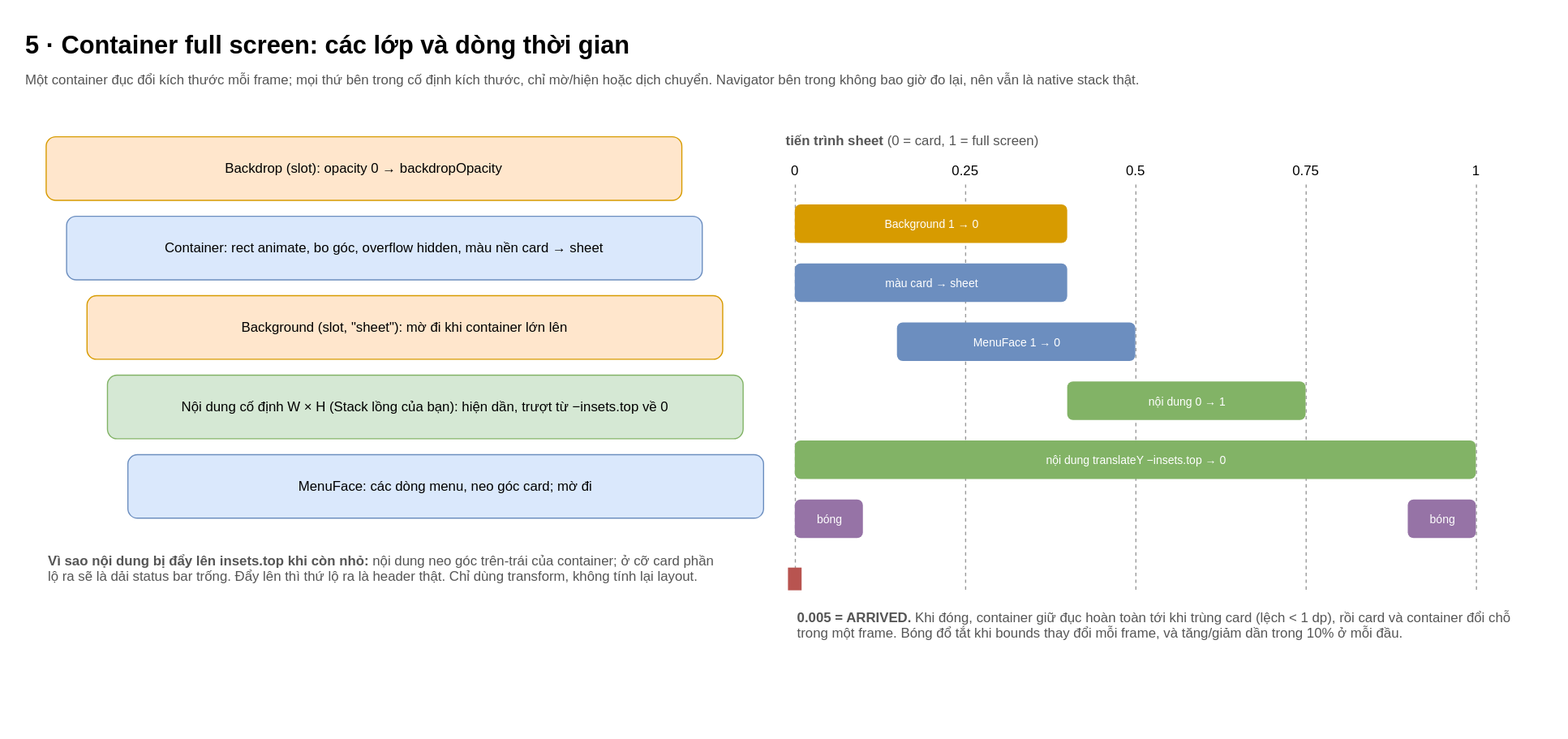
Before: docs/diagrams/svg/vi/5-shell.svg, a diagram exported from draw.io (anhtuank7c/expo-morph-menu). Source tidied: cells renumbered, new cells last; positions are measured from the earlier drawing's top-left corner, leaving out a move shared by most shapes. The source it was exported from:
```xml
<mxGraphModel background="#ffffff">
  <root>
    <mxCell id="0" />
    <mxCell id="1" parent="0" />
    <mxCell id="2" value="5 · Container full screen: các lớp và dòng thời gian" style="text;html=1;fontSize=22;fontStyle=1;align=left;verticalAlign=top;" parent="1" vertex="1">
      <mxGeometry width="1000" height="34" as="geometry" />
    </mxCell>
    <mxCell id="3" value="Một container đục đổi kích thước mỗi frame; mọi thứ bên trong cố định kích thước, chỉ mờ/hiện hoặc dịch chuyển. Navigator bên trong không bao giờ đo lại, nên vẫn là native stack thật." style="text;html=1;fontSize=12;fontColor=#555555;align=left;verticalAlign=top;whiteSpace=wrap;" parent="1" vertex="1">
      <mxGeometry y="36" width="1300" height="40" as="geometry" />
    </mxCell>
    <mxCell id="4" value="Backdrop (slot): opacity 0 → backdropOpacity" style="rounded=1;whiteSpace=wrap;html=1;fillColor=#ffe6cc;strokeColor=#d79b00;" parent="1" vertex="1">
      <mxGeometry x="20" y="100" width="560" height="56" as="geometry" />
    </mxCell>
    <mxCell id="5" value="Container: rect animate, bo góc, overflow hidden, màu nền card → sheet" style="rounded=1;whiteSpace=wrap;html=1;fillColor=#dae8fc;strokeColor=#6c8ebf;" parent="1" vertex="1">
      <mxGeometry x="38" y="170" width="560" height="56" as="geometry" />
    </mxCell>
    <mxCell id="6" value="Background (slot, &quot;sheet&quot;): mờ đi khi container lớn lên" style="rounded=1;whiteSpace=wrap;html=1;fillColor=#ffe6cc;strokeColor=#d79b00;" parent="1" vertex="1">
      <mxGeometry x="56" y="240" width="560" height="56" as="geometry" />
    </mxCell>
    <mxCell id="7" value="Nội dung cố định W × H (Stack lồng của bạn): hiện dần, trượt từ −insets.top về 0" style="rounded=1;whiteSpace=wrap;html=1;fillColor=#d5e8d4;strokeColor=#82b366;" parent="1" vertex="1">
      <mxGeometry x="74" y="310" width="560" height="56" as="geometry" />
    </mxCell>
    <mxCell id="8" value="MenuFace: các dòng menu, neo góc card; mờ đi" style="rounded=1;whiteSpace=wrap;html=1;fillColor=#dae8fc;strokeColor=#6c8ebf;" parent="1" vertex="1">
      <mxGeometry x="92" y="380" width="560" height="56" as="geometry" />
    </mxCell>
    <mxCell id="9" value="&lt;b&gt;Vì sao nội dung bị đẩy lên insets.top khi còn nhỏ:&lt;/b&gt; nội dung neo góc trên-trái của container; ở cỡ card phần lộ ra sẽ là dải status bar trống. Đẩy lên thì thứ lộ ra là header thật. Chỉ dùng transform, không tính lại layout." style="text;html=1;fontSize=12;fontColor=#555555;align=left;verticalAlign=top;whiteSpace=wrap;" parent="1" vertex="1">
      <mxGeometry x="20" y="460" width="600" height="120" as="geometry" />
    </mxCell>
    <mxCell id="10" value="&lt;b&gt;tiến trình sheet&lt;/b&gt; (0 = card, 1 = full screen)" style="text;html=1;fontSize=12;fontColor=#555555;align=left;verticalAlign=top;whiteSpace=wrap;" parent="1" vertex="1">
      <mxGeometry x="670" y="90" width="640" height="24" as="geometry" />
    </mxCell>
    <mxCell id="11" value="0" style="text;html=1;fontSize=12;align=center;verticalAlign=middle;whiteSpace=wrap;" parent="1" vertex="1">
      <mxGeometry x="660" y="120" width="40" height="20" as="geometry" />
    </mxCell>
    <mxCell id="12" style="endArrow=none;dashed=1;html=1;strokeColor=#999999;" parent="1" edge="1">
      <mxGeometry relative="1" as="geometry">
        <mxPoint x="680" y="142" as="sourcePoint" />
        <mxPoint x="680" y="500" as="targetPoint" />
      </mxGeometry>
    </mxCell>
    <mxCell id="13" value="0.25" style="text;html=1;fontSize=12;align=center;verticalAlign=middle;whiteSpace=wrap;" parent="1" vertex="1">
      <mxGeometry x="810" y="120" width="40" height="20" as="geometry" />
    </mxCell>
    <mxCell id="14" style="endArrow=none;dashed=1;html=1;strokeColor=#999999;" parent="1" edge="1">
      <mxGeometry relative="1" as="geometry">
        <mxPoint x="830" y="142" as="sourcePoint" />
        <mxPoint x="830" y="500" as="targetPoint" />
      </mxGeometry>
    </mxCell>
    <mxCell id="15" value="0.5" style="text;html=1;fontSize=12;align=center;verticalAlign=middle;whiteSpace=wrap;" parent="1" vertex="1">
      <mxGeometry x="960" y="120" width="40" height="20" as="geometry" />
    </mxCell>
    <mxCell id="16" style="endArrow=none;dashed=1;html=1;strokeColor=#999999;" parent="1" edge="1">
      <mxGeometry relative="1" as="geometry">
        <mxPoint x="980" y="142" as="sourcePoint" />
        <mxPoint x="980" y="500" as="targetPoint" />
      </mxGeometry>
    </mxCell>
    <mxCell id="17" value="0.75" style="text;html=1;fontSize=12;align=center;verticalAlign=middle;whiteSpace=wrap;" parent="1" vertex="1">
      <mxGeometry x="1110" y="120" width="40" height="20" as="geometry" />
    </mxCell>
    <mxCell id="18" style="endArrow=none;dashed=1;html=1;strokeColor=#999999;" parent="1" edge="1">
      <mxGeometry relative="1" as="geometry">
        <mxPoint x="1130" y="142" as="sourcePoint" />
        <mxPoint x="1130" y="500" as="targetPoint" />
      </mxGeometry>
    </mxCell>
    <mxCell id="19" value="1" style="text;html=1;fontSize=12;align=center;verticalAlign=middle;whiteSpace=wrap;" parent="1" vertex="1">
      <mxGeometry x="1260" y="120" width="40" height="20" as="geometry" />
    </mxCell>
    <mxCell id="20" style="endArrow=none;dashed=1;html=1;strokeColor=#999999;" parent="1" edge="1">
      <mxGeometry relative="1" as="geometry">
        <mxPoint x="1280" y="142" as="sourcePoint" />
        <mxPoint x="1280" y="500" as="targetPoint" />
      </mxGeometry>
    </mxCell>
    <mxCell id="21" value="Background 1 → 0" style="rounded=1;html=1;strokeColor=none;fontSize=10;fontColor=#ffffff;fillColor=#d79b00;" parent="1" vertex="1">
      <mxGeometry x="680" y="160" width="240" height="34" as="geometry" />
    </mxCell>
    <mxCell id="22" value="màu card → sheet" style="rounded=1;html=1;strokeColor=none;fontSize=10;fontColor=#ffffff;fillColor=#6c8ebf;" parent="1" vertex="1">
      <mxGeometry x="680" y="212" width="240" height="34" as="geometry" />
    </mxCell>
    <mxCell id="23" value="MenuFace 1 → 0" style="rounded=1;html=1;strokeColor=none;fontSize=10;fontColor=#ffffff;fillColor=#6c8ebf;" parent="1" vertex="1">
      <mxGeometry x="770" y="264" width="210" height="34" as="geometry" />
    </mxCell>
    <mxCell id="24" value="nội dung 0 → 1" style="rounded=1;html=1;strokeColor=none;fontSize=10;fontColor=#ffffff;fillColor=#82b366;" parent="1" vertex="1">
      <mxGeometry x="920" y="316" width="210" height="34" as="geometry" />
    </mxCell>
    <mxCell id="25" value="nội dung translateY −insets.top → 0" style="rounded=1;html=1;strokeColor=none;fontSize=10;fontColor=#ffffff;fillColor=#82b366;" parent="1" vertex="1">
      <mxGeometry x="680" y="368" width="600" height="34" as="geometry" />
    </mxCell>
    <mxCell id="26" value="bóng" style="rounded=1;html=1;strokeColor=none;fontSize=10;fontColor=#ffffff;fillColor=#9673a6;" parent="1" vertex="1">
      <mxGeometry x="680" y="420" width="60" height="34" as="geometry" />
    </mxCell>
    <mxCell id="27" value="bóng" style="rounded=1;html=1;strokeColor=none;fontSize=10;fontColor=#ffffff;fillColor=#9673a6;" parent="1" vertex="1">
      <mxGeometry x="1220" y="420" width="60" height="34" as="geometry" />
    </mxCell>
    <mxCell id="28" style="rounded=0;html=1;fillColor=#b85450;strokeColor=none;" parent="1" vertex="1">
      <mxGeometry x="674" y="480" width="12" height="20" as="geometry" />
    </mxCell>
    <mxCell id="29" value="&lt;b&gt;0.005 = ARRIVED.&lt;/b&gt; Khi đóng, container giữ đục hoàn toàn tới khi trùng card (lệch &amp;lt; 1 dp), rồi card và container đổi chỗ trong một frame. Bóng đổ tắt khi bounds thay đổi mỗi frame, và tăng/giảm dần trong 10% ở mỗi đầu." style="text;html=1;fontSize=12;fontColor=#555555;align=left;verticalAlign=top;whiteSpace=wrap;" parent="1" vertex="1">
      <mxGeometry x="680" y="510" width="640" height="80" as="geometry" />
    </mxCell>
  </root>
</mxGraphModel>
```
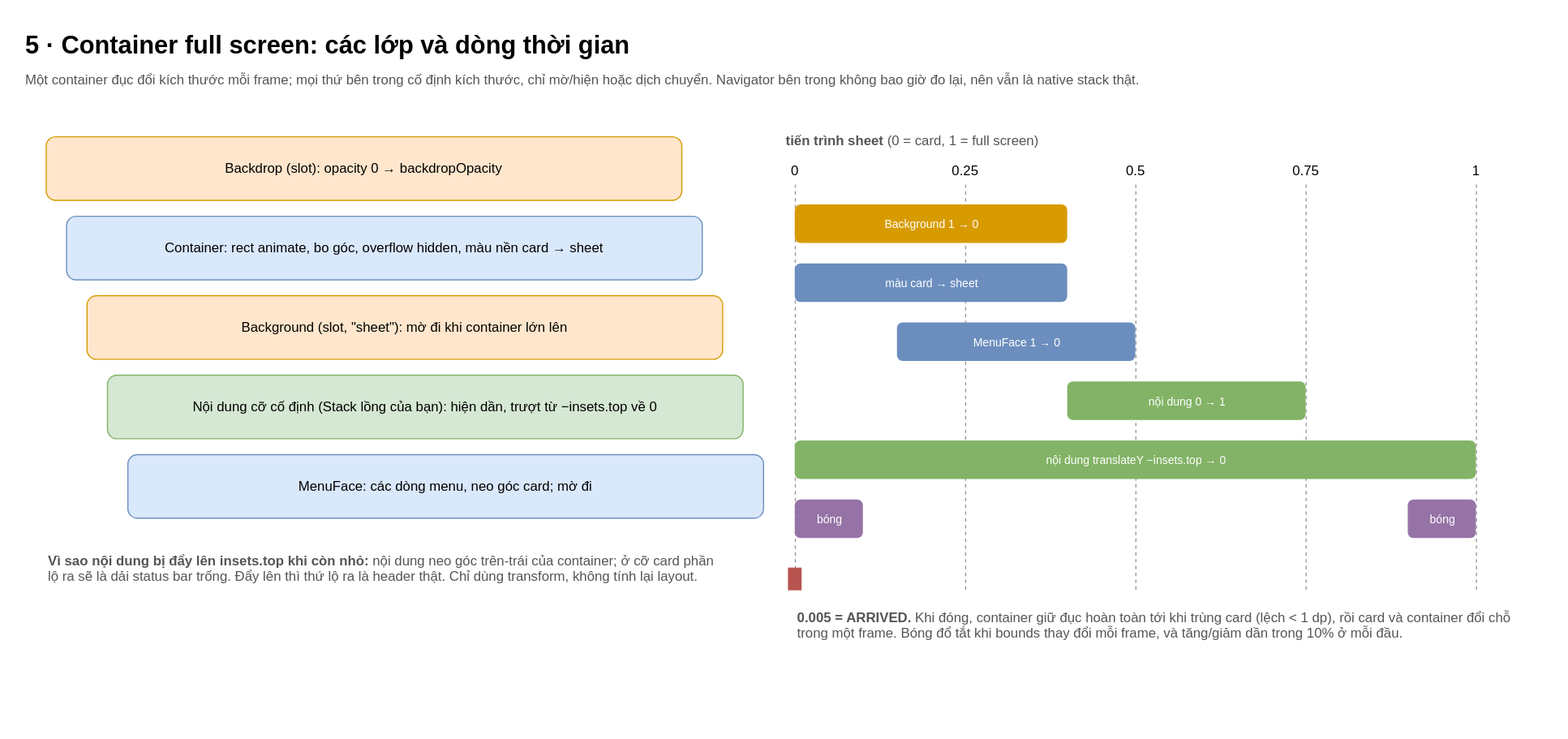
The same diagram one commit later.

Diff of the diagram source:
```diff
@@ -17,7 +17,7 @@
     <mxCell id="6" value="Background (slot, &quot;sheet&quot;): mờ đi khi container lớn lên" style="rounded=1;whiteSpace=wrap;html=1;fillColor=#ffe6cc;strokeColor=#d79b00;" parent="1" vertex="1">
       <mxGeometry x="56" y="240" width="560" height="56" as="geometry" />
     </mxCell>
-    <mxCell id="7" value="Nội dung cố định W × H (Stack lồng của bạn): hiện dần, trượt từ −insets.top về 0" style="rounded=1;whiteSpace=wrap;html=1;fillColor=#d5e8d4;strokeColor=#82b366;" parent="1" vertex="1">
+    <mxCell id="7" value="Nội dung cỡ cố định (Stack lồng của bạn): hiện dần, trượt từ −insets.top về 0" style="rounded=1;whiteSpace=wrap;html=1;fillColor=#d5e8d4;strokeColor=#82b366;" parent="1" vertex="1">
       <mxGeometry x="74" y="310" width="560" height="56" as="geometry" />
     </mxCell>
     <mxCell id="8" value="MenuFace: các dòng menu, neo góc card; mờ đi" style="rounded=1;whiteSpace=wrap;html=1;fillColor=#dae8fc;strokeColor=#6c8ebf;" parent="1" vertex="1">
```
